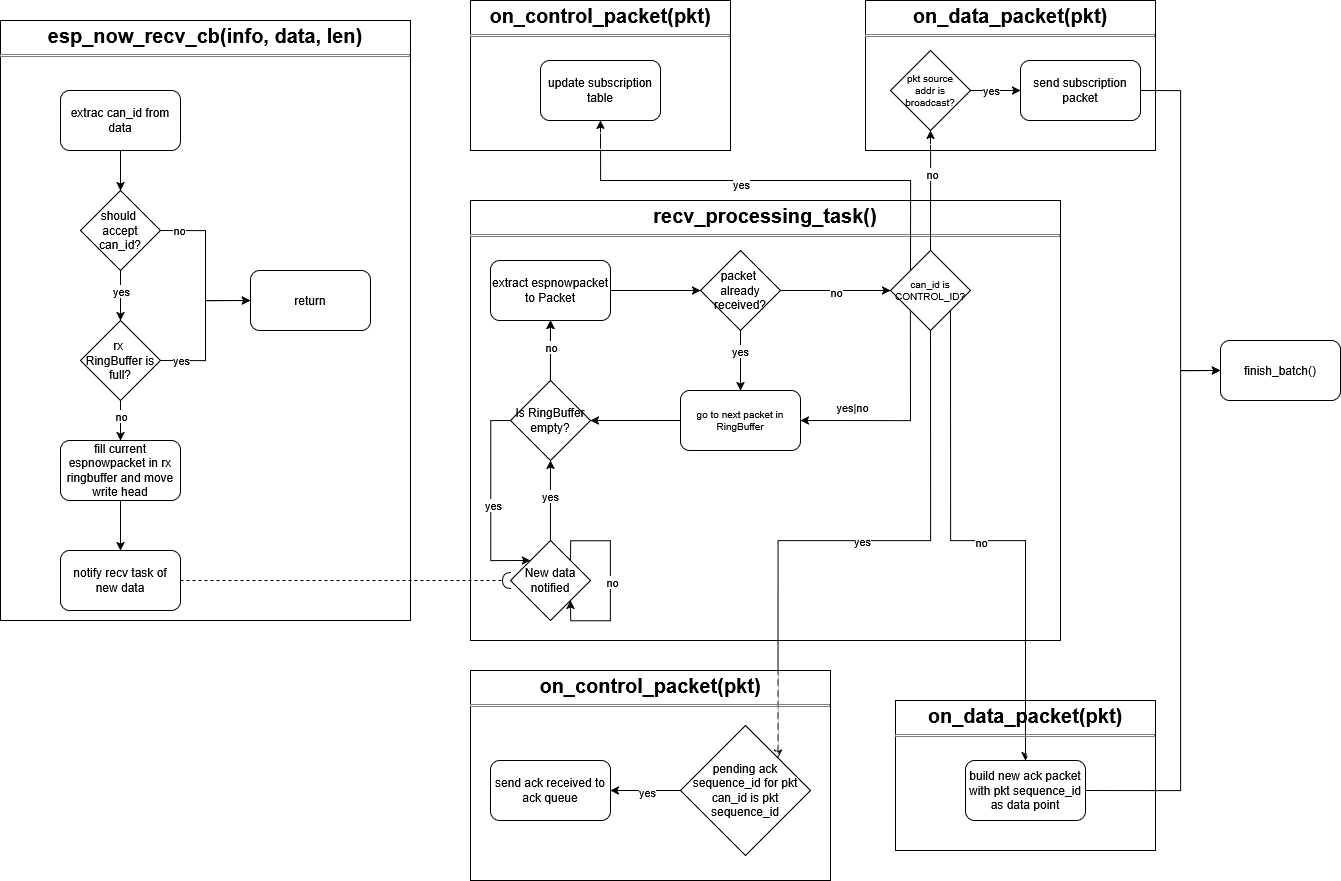
The draw.io diagram thesis/images/rx_path.png in cirillom/WCAN, before a commit. Source tidied: cells renumbered, new cells last; positions are measured from the earlier drawing's top-left corner, leaving out a move shared by most shapes.
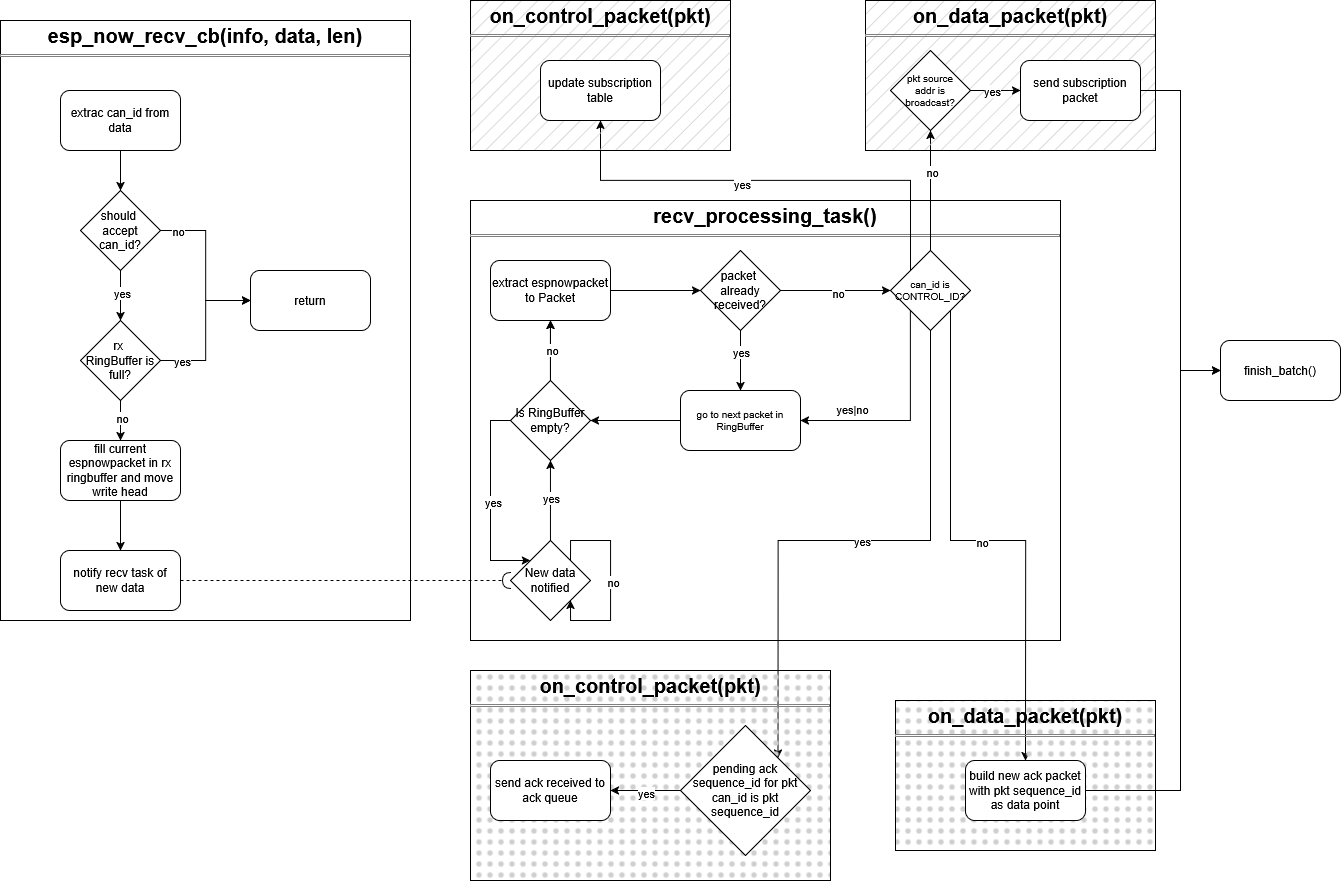
Later version of the same file.

Commit message:
update images background to white

What changed in the source:
```diff
@@ -179,13 +179,13 @@
     <mxCell id="46" value="go to next packet in RingBuffer" style="rounded=1;whiteSpace=wrap;html=1;fontSize=10;spacing=10;" parent="1" vertex="1">
       <mxGeometry x="680" y="390" width="120" height="60" as="geometry" />
     </mxCell>
-    <mxCell id="47" value="&lt;p style=&quot;margin:0px;margin-top:4px;text-align:center;&quot;&gt;&lt;font style=&quot;font-size: 20px;&quot;&gt;&lt;b&gt;on_data_packet(pkt)&lt;/b&gt;&lt;/font&gt;&lt;/p&gt;&lt;hr size=&quot;1&quot; style=&quot;border-style:solid;&quot;&gt;&lt;div style=&quot;height:2px;&quot;&gt;&lt;/div&gt;" style="verticalAlign=top;align=left;overflow=fill;html=1;whiteSpace=wrap;fillColor=light-dark(#FFFFFF,#0000FF);fillStyle=hatch;" parent="1" vertex="1">
+    <mxCell id="47" value="&lt;p style=&quot;margin:0px;margin-top:4px;text-align:center;&quot;&gt;&lt;font style=&quot;font-size: 20px;&quot;&gt;&lt;b&gt;on_data_packet(pkt)&lt;/b&gt;&lt;/font&gt;&lt;/p&gt;&lt;hr size=&quot;1&quot; style=&quot;border-style:solid;&quot;&gt;&lt;div style=&quot;height:2px;&quot;&gt;&lt;/div&gt;" style="verticalAlign=top;align=left;overflow=fill;html=1;whiteSpace=wrap;fillColor=#CFCFCF;fillStyle=hatch;" parent="1" vertex="1">
       <mxGeometry x="865" width="290" height="150" as="geometry" />
     </mxCell>
-    <mxCell id="48" value="&lt;p style=&quot;margin:0px;margin-top:4px;text-align:center;&quot;&gt;&lt;font style=&quot;font-size: 20px;&quot;&gt;&lt;b&gt;on_control_packet(pkt)&lt;/b&gt;&lt;/font&gt;&lt;/p&gt;&lt;hr size=&quot;1&quot; style=&quot;border-style:solid;&quot;&gt;&lt;div style=&quot;height:2px;&quot;&gt;&lt;/div&gt;" style="verticalAlign=top;align=left;overflow=fill;html=1;whiteSpace=wrap;fillColor=light-dark(#FFFFFF,#0000FF);fillStyle=dots;" parent="1" vertex="1">
+    <mxCell id="48" value="&lt;p style=&quot;margin:0px;margin-top:4px;text-align:center;&quot;&gt;&lt;font style=&quot;font-size: 20px;&quot;&gt;&lt;b&gt;on_control_packet(pkt)&lt;/b&gt;&lt;/font&gt;&lt;/p&gt;&lt;hr size=&quot;1&quot; style=&quot;border-style:solid;&quot;&gt;&lt;div style=&quot;height:2px;&quot;&gt;&lt;/div&gt;" style="verticalAlign=top;align=left;overflow=fill;html=1;whiteSpace=wrap;fillColor=#CFCFCF;fillStyle=dots;" parent="1" vertex="1">
       <mxGeometry x="470" y="670" width="360" height="210" as="geometry" />
     </mxCell>
-    <mxCell id="49" value="&lt;p style=&quot;margin:0px;margin-top:4px;text-align:center;&quot;&gt;&lt;font style=&quot;font-size: 20px;&quot;&gt;&lt;b&gt;on_data_packet(pkt)&lt;/b&gt;&lt;/font&gt;&lt;/p&gt;&lt;hr size=&quot;1&quot; style=&quot;border-style:solid;&quot;&gt;&lt;div style=&quot;height:2px;&quot;&gt;&lt;/div&gt;" style="verticalAlign=top;align=left;overflow=fill;html=1;whiteSpace=wrap;fillColor=light-dark(#FFFFFF,#0000FF);fillStyle=dots;" parent="1" vertex="1">
+    <mxCell id="49" value="&lt;p style=&quot;margin:0px;margin-top:4px;text-align:center;&quot;&gt;&lt;font style=&quot;font-size: 20px;&quot;&gt;&lt;b&gt;on_data_packet(pkt)&lt;/b&gt;&lt;/font&gt;&lt;/p&gt;&lt;hr size=&quot;1&quot; style=&quot;border-style:solid;&quot;&gt;&lt;div style=&quot;height:2px;&quot;&gt;&lt;/div&gt;" style="verticalAlign=top;align=left;overflow=fill;html=1;whiteSpace=wrap;fillColor=#CFCFCF;fillStyle=dots;" parent="1" vertex="1">
       <mxGeometry x="895" y="700" width="260" height="150" as="geometry" />
     </mxCell>
     <mxCell id="50" style="edgeStyle=orthogonalEdgeStyle;rounded=0;jettySize=auto;html=1;entryX=0;entryY=0.5;entryDx=0;entryDy=0;" parent="1" edge="1" source="52" target="54">
@@ -211,7 +211,7 @@
     <mxCell id="55" style="group;" parent="1" vertex="1">
       <mxGeometry x="470" width="260" height="150" as="geometry" />
     </mxCell>
-    <mxCell id="56" value="&lt;p style=&quot;margin:0px;margin-top:4px;text-align:center;&quot;&gt;&lt;font style=&quot;font-size: 20px;&quot;&gt;&lt;b&gt;on_control_packet(pkt)&lt;/b&gt;&lt;/font&gt;&lt;/p&gt;&lt;hr size=&quot;1&quot; style=&quot;border-style:solid;&quot;&gt;&lt;div style=&quot;height:2px;&quot;&gt;&lt;/div&gt;" style="verticalAlign=top;align=left;overflow=fill;html=1;whiteSpace=wrap;fillColor=light-dark(#FFFFFF,#0000FF);fillStyle=hatch;" parent="55" vertex="1">
+    <mxCell id="56" value="&lt;p style=&quot;margin:0px;margin-top:4px;text-align:center;&quot;&gt;&lt;font style=&quot;font-size: 20px;&quot;&gt;&lt;b&gt;on_control_packet(pkt)&lt;/b&gt;&lt;/font&gt;&lt;/p&gt;&lt;hr size=&quot;1&quot; style=&quot;border-style:solid;&quot;&gt;&lt;div style=&quot;height:2px;&quot;&gt;&lt;/div&gt;" style="verticalAlign=top;align=left;overflow=fill;html=1;whiteSpace=wrap;fillColor=#CFCFCF;fillStyle=hatch;" parent="55" vertex="1">
       <mxGeometry width="260" height="150" as="geometry" />
     </mxCell>
     <mxCell id="57" value="update subscription table" style="rounded=1;whiteSpace=wrap;html=1;" parent="55" vertex="1">
```
